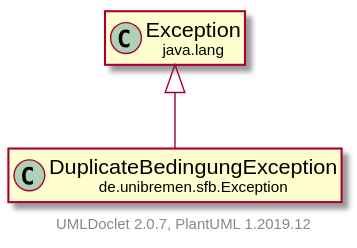
Earlier version of the PlantUML export doc/UML/modulsichtSVG/DuplicateBedingungException.svg (fkehlenb/softwareprojekt-2). The source it was exported from:
```plantuml
@startuml
    set namespaceSeparator none
    hide empty fields
    hide empty methods

    class "<size:14>DuplicateBedingungException\n<size:10>de.unibremen.sfb.Exception" as de.unibremen.sfb.Exception.DuplicateBedingungException [[DuplicateBedingungException.html]]

    class "<size:14>Exception\n<size:10>java.lang" as java.lang.Exception [[https://docs.oracle.com/en/java/javase/11/docs/api/java.base/java/lang/Exception.html?is-external=true]]

    java.lang.Exception <|-- de.unibremen.sfb.Exception.DuplicateBedingungException

    center footer UMLDoclet 2.0.7, PlantUML 1.2019.12
@enduml
```
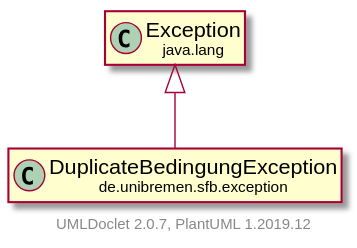
The same diagram one commit later.

Diff of the diagram source:
```diff
@@ -3,11 +3,11 @@
     hide empty fields
     hide empty methods
 
-    class "<size:14>DuplicateBedingungException\n<size:10>de.unibremen.sfb.Exception" as de.unibremen.sfb.Exception.DuplicateBedingungException [[DuplicateBedingungException.html]]
+    class "<size:14>DuplicateBedingungException\n<size:10>de.unibremen.sfb.exception" as de.unibremen.sfb.exception.DuplicateBedingungException [[DuplicateBedingungException.html]]
 
-    class "<size:14>Exception\n<size:10>java.lang" as java.lang.Exception [[https://docs.oracle.com/en/java/javase/11/docs/api/java.base/java/lang/Exception.html?is-external=true]]
+    class "<size:14>exception\n<size:10>java.lang" as java.lang.exception [[https://docs.oracle.com/en/java/javase/11/docs/api/java.base/java/lang/Exception.html?is-external=true]]
 
-    java.lang.Exception <|-- de.unibremen.sfb.Exception.DuplicateBedingungException
+    java.lang.exception <|-- de.unibremen.sfb.exception.DuplicateBedingungException
 
     center footer UMLDoclet 2.0.7, PlantUML 1.2019.12
 @enduml
```
